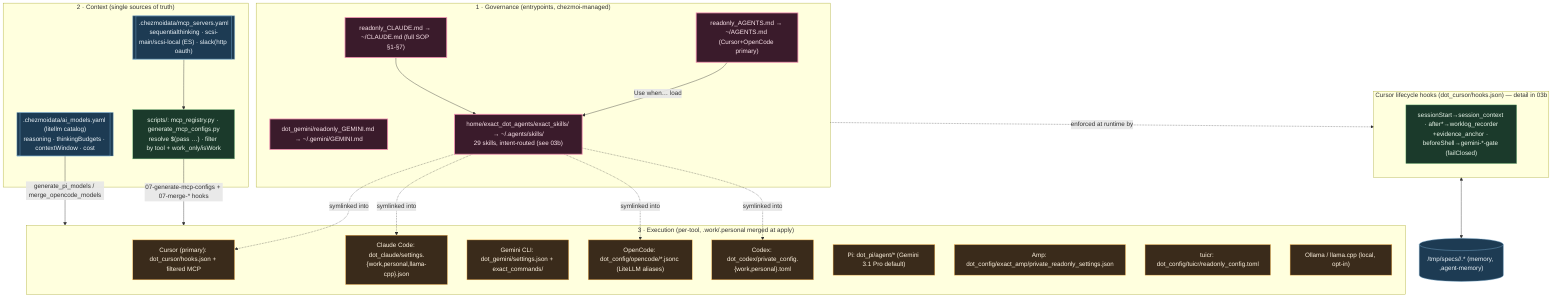
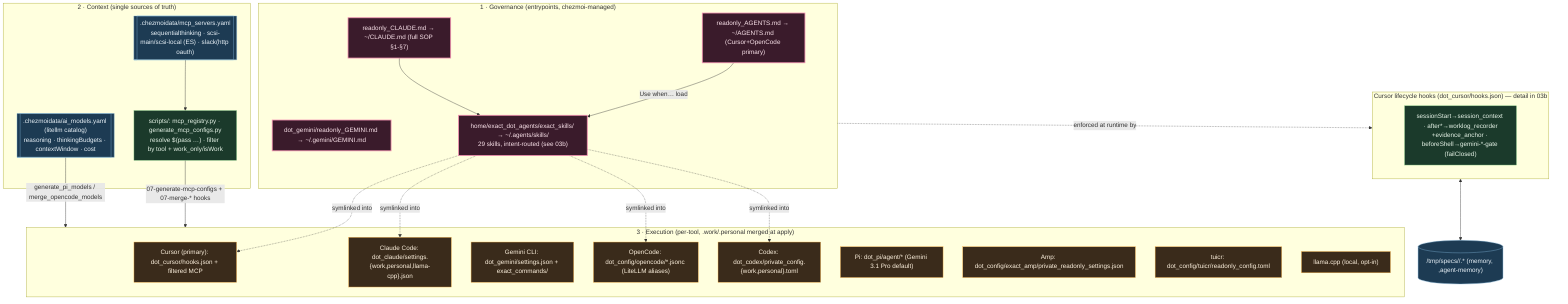
%% ============================================================================
%% 03-agentic-os.mmd — Agentic OS: governance + context + execution layers.
%% Entry SOPs + MCP/model registries + per-tool config generation.
%% Skills/hooks file-level detail → 03b. Per-tool config files → 12.
%% ============================================================================
flowchart TB
    classDef gov fill:#3a1b2b,stroke:#f48fb1,color:#fce4ec,stroke-width:2px;
    classDef ctx fill:#1b3a2b,stroke:#81c784,color:#e8f5e9;
    classDef exec fill:#3a2b1b,stroke:#ffb74d,color:#fff3e0;
    classDef data fill:#1d3b53,stroke:#7fb3d5,color:#eaf2f8;

    subgraph GOV["1 · Governance (entrypoints, chezmoi-managed)"]
        AG["readonly_AGENTS.md → ~/AGENTS.md (Cursor+OpenCode primary)"]:::gov
        CL["readonly_CLAUDE.md → ~/CLAUDE.md (full SOP §1-§7)"]:::gov
        GM["dot_gemini/readonly_GEMINI.md → ~/.gemini/GEMINI.md"]:::gov
        SK["home/exact_dot_agents/exact_skills/ → ~/.agents/skills/<br/>29 skills, intent-routed (see 03b)"]:::gov
        AG -->|Use when… load| SK
        CL --> SK
    end

    subgraph CTX["2 · Context (single sources of truth)"]
        REG[[".chezmoidata/mcp_servers.yaml<br/>sequentialthinking · scsi-main/scsi-local (ES) · slack(http oauth)"]]:::data
        MODELS[[".chezmoidata/ai_models.yaml (litellm catalog)<br/>reasoning · thinkingBudgets · contextWindow · cost"]]:::data
        GEN["scripts/: mcp_registry.py · generate_mcp_configs.py<br/>resolve $(pass …) · filter by tool + work_only/isWork"]:::ctx
        REG --> GEN
    end

    subgraph EXECL["3 · Execution (per-tool, .work/.personal merged at apply)"]
        CURSOR["Cursor (primary): dot_cursor/hooks.json + filtered MCP"]:::exec
        CLAUDE["Claude Code: dot_claude/settings.{work,personal,llama-cpp}.json"]:::exec
        GEMINI["Gemini CLI: dot_gemini/settings.json + exact_commands/"]:::exec
        OPENCODE["OpenCode: dot_config/opencode/*.jsonc (LiteLLM aliases)"]:::exec
        CODEX["Codex: dot_codex/private_config.{work,personal}.toml"]:::exec
        PI["Pi: dot_pi/agent/* (Gemini 3.1 Pro default)"]:::exec
        AMP["Amp: dot_config/exact_amp/private_readonly_settings.json"]:::exec
        TUICR["tuicr: dot_config/tuicr/readonly_config.toml"]:::exec
-         LOCAL["Ollama / llama.cpp (local, opt-in)"]:::exec
+         LOCAL["llama.cpp (local, opt-in)"]:::exec
    end

    GEN -->|07-generate-mcp-configs + 07-merge-* hooks| EXECL
    MODELS -->|generate_pi_models / merge_opencode_models| EXECL
    SK -. symlinked into .-> CURSOR & CLAUDE & OPENCODE & CODEX

    subgraph HOOKS["Cursor lifecycle hooks (dot_cursor/hooks.json) — detail in 03b"]
        H["sessionStart→session_context · after*→worklog_recorder<br/>+evidence_anchor · beforeShell→gemini-*-gate (failClosed)"]:::ctx
    end
    GOV -.enforced at runtime by.-> HOOKS
    MEM[("/tmp/specs/<pwd>/<topic>.* (memory, ,agent-memory)")]:::data
    HOOKS <--> MEM
